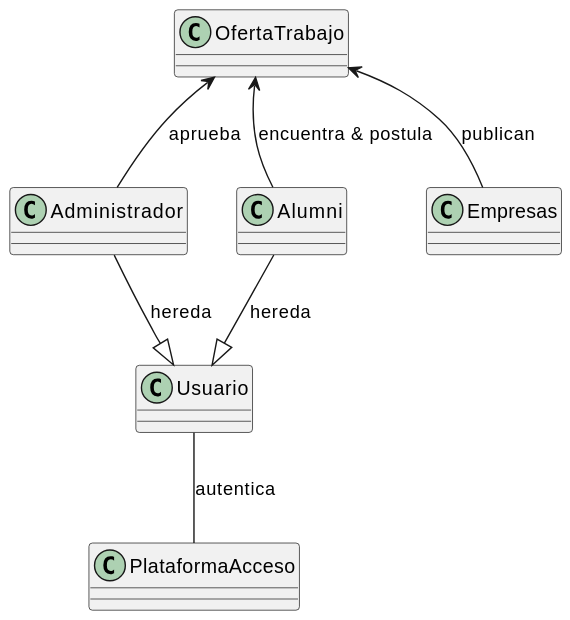
mmasias/24-25-IdSw1-SDR keeps this PlantUML diagram as modelosUML/ModeloDominio/svg/diagramaClases.svg. Above is the earlier version.
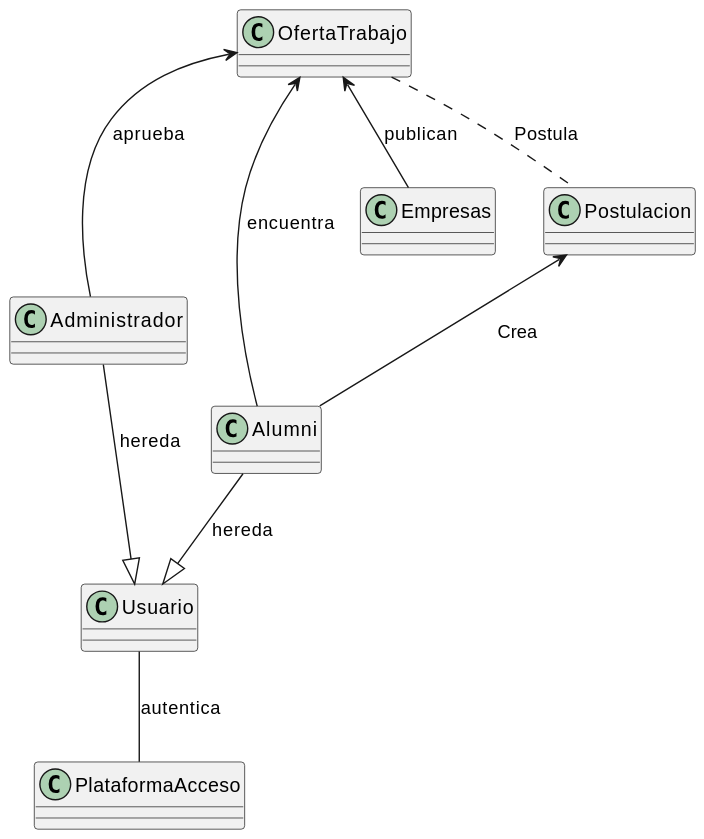
After the commit.

Commit message:
Diagrama Clases entidad Postulacion - Fix #41

The edit, as a diff of the source:
```diff
@@ -1,20 +1,31 @@
 @startuml
 class Usuario {
 }
+
 class Administrador {
 }
+
 class Alumni {
 }
+
 class Empresas {
 }
+
+class Postulacion {
+}
+
 class OfertaTrabajo {
 }
+
 class PlataformaAcceso {
 }
-OfertaTrabajo <-- Alumni : encuentra & postula
+
+OfertaTrabajo <-- Alumni : encuentra
 OfertaTrabajo <-- Administrador : aprueba
 OfertaTrabajo <-- Empresas : publican
 Administrador --|> Usuario : hereda
+Postulacion <-- Alumni : Crea
+OfertaTrabajo .. Postulacion : Postula
 Alumni --|> Usuario  : hereda
 Usuario -- PlataformaAcceso: autentica
 @enduml
```
